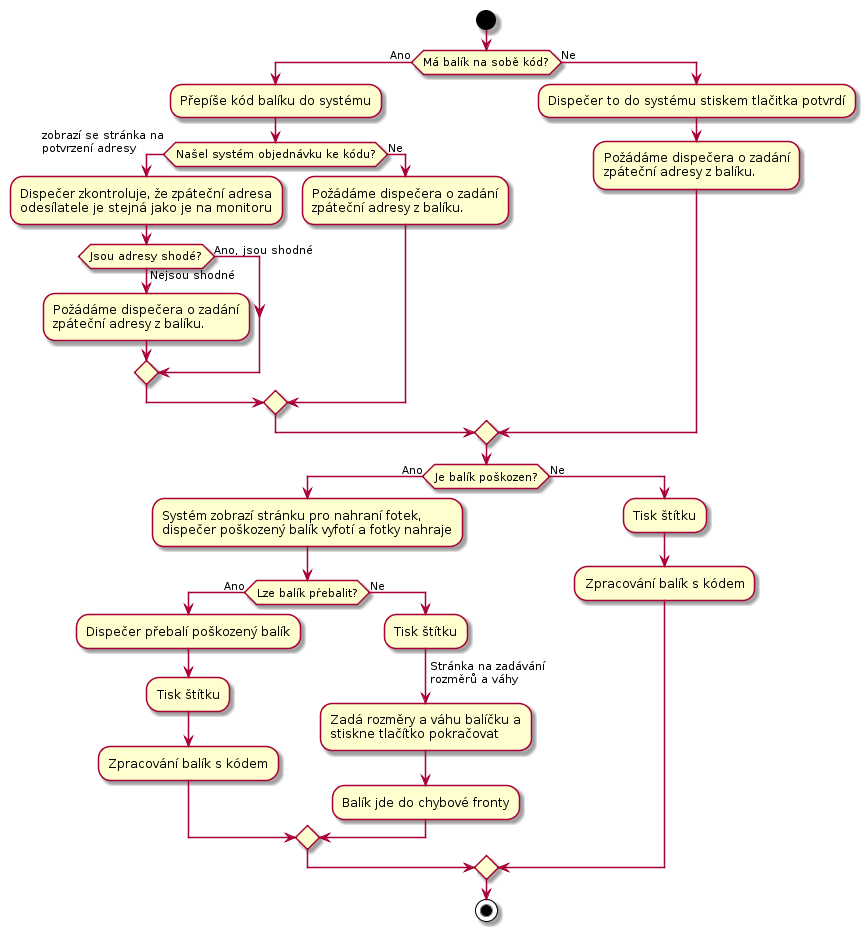
The PlantUML diagram docs/diagrams/out/uc-21-activity-2.png in Internet-Handel/postman, before a commit. The source it was exported from:
```plantuml
@startuml
start

if (Má balík na sobě kód?) then (Ano)
    :Přepíše kód balíku do systému;
    if (Našel systém objednávku ke kódu?) then (Ano)
        -> zobrazí se stránka na\npotvrzení adresy;
        :Dispečer zkontroluje, že zpáteční adresa
        odesílatele je stejná jako je na monitoru;
        if (Jsou adresy shodé?) then (Ano, jsou shodné)
        else (Nejsou shodné)
            :Požádáme dispečera o zadání
            zpáteční adresy z balíku.;
        endif
    else (Ne)
        :Požádáme dispečera o zadání
        zpáteční adresy z balíku.;
    endif
else (Ne)
    :Dispečer to do systému stiskem tlačitka potvrdí;
    :Požádáme dispečera o zadání
    zpáteční adresy z balíku.;
endif

if (Je balík poškozen?) then (Ano)
    :Systém zobrazí stránku pro nahraní fotek,
    dispečer poškozený balík vyfotí a fotky nahraje;

    if (Lze balík přebalit?) then (Ano)
        :Dispečer přebalí poškozený balík;
        :Tisk štítku;
        :Zpracování balík s kódem;
    else (Ne)
        :Tisk štítku;
        -> Stránka na zadávání\nrozměrů a váhy;
        :Zadá rozměry a váhu balíčku a
        stiskne tlačítko pokračovat;
        :Balík jde do chybové fronty;
    endif
else (Ne)
    :Tisk štítku;
    :Zpracování balík s kódem;
endif

stop
@enduml
```
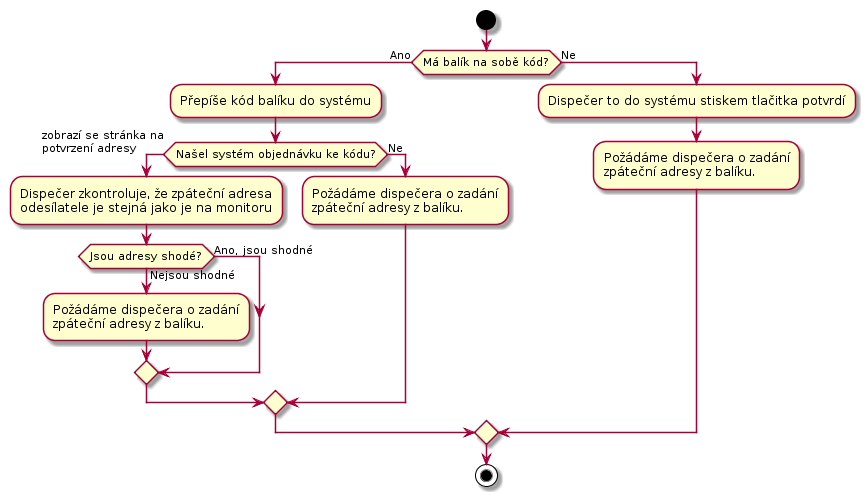
After the commit.

The edit, as a diff of the source:
```diff
@@ -21,26 +21,5 @@
     :Požádáme dispečera o zadání
     zpáteční adresy z balíku.;
 endif
-
-if (Je balík poškozen?) then (Ano)
-    :Systém zobrazí stránku pro nahraní fotek,
-    dispečer poškozený balík vyfotí a fotky nahraje;
-
-    if (Lze balík přebalit?) then (Ano)
-        :Dispečer přebalí poškozený balík;
-        :Tisk štítku;
-        :Zpracování balík s kódem;
-    else (Ne)
-        :Tisk štítku;
-        -> Stránka na zadávání\nrozměrů a váhy;
-        :Zadá rozměry a váhu balíčku a
-        stiskne tlačítko pokračovat;
-        :Balík jde do chybové fronty;
-    endif
-else (Ne)
-    :Tisk štítku;
-    :Zpracování balík s kódem;
-endif
-
 stop
 @enduml
```
